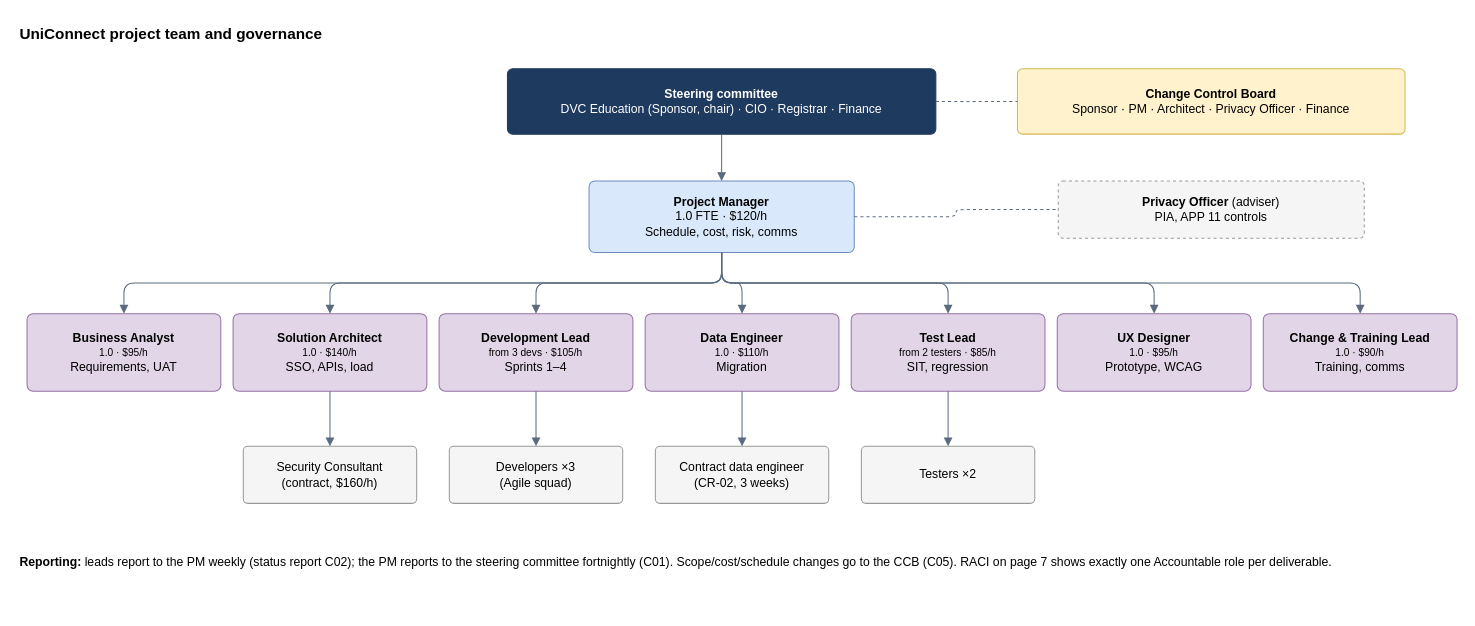
This is downloads/diagrams/D03_team_structure.drawio from alvi00/bisy2004-a2-groupXX, a draw.io file, before an edit. Source tidied: cells renumbered, new cells numbered last; positions are measured from the earlier drawing's top-left corner, leaving out a move shared by most shapes. Both pictures are drawn from the tidied source at 102%, with x=0, y=0 at pixel (17, 17).
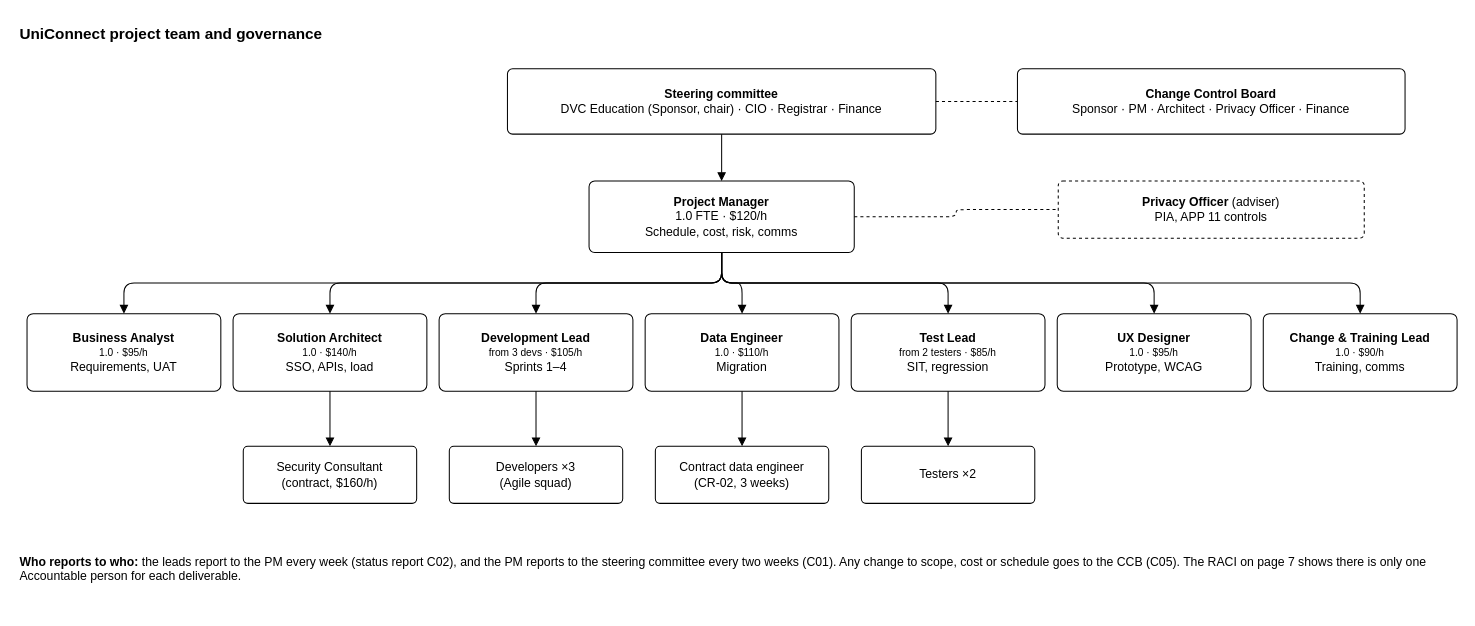
Above is the later version.

Change to the diagram source:
```diff
@@
-    <mxCell id="2" value="&lt;b&gt;UniConnect project team and governance&lt;/b&gt;" style="rounded=1;whiteSpace=wrap;html=1;arcSize=8;fontFamily=Helvetica;fontSize=12;text;strokeColor=none;fillColor=none;align=left;verticalAlign=top;fontSize=15;" parent="1" vertex="1">
+    <mxCell id="2" value="&lt;b&gt;UniConnect project team and governance&lt;/b&gt;" style="rounded=1;whiteSpace=wrap;html=1;arcSize=8;fontFamily=Helvetica;fontSize=12;fontColor=#000000;strokeColor=#000000;text;strokeColor=none;fillColor=none;align=left;verticalAlign=top;fontSize=15;" parent="1" vertex="1">
       <mxGeometry width="800" height="30" as="geometry" />
     </mxCell>
-    <mxCell id="3" value="&lt;b&gt;Steering committee&lt;/b&gt;&lt;br&gt;DVC Education (Sponsor, chair) · CIO · Registrar · Finance" style="rounded=1;whiteSpace=wrap;html=1;arcSize=8;fontFamily=Helvetica;fontSize=12;fillColor=#1F3A5F;strokeColor=#1F3A5F;fontColor=#FFFFFF;" parent="1" vertex="1">
+    <mxCell id="3" value="&lt;b&gt;Steering committee&lt;/b&gt;&lt;br&gt;DVC Education (Sponsor, chair) · CIO · Registrar · Finance" style="rounded=1;whiteSpace=wrap;html=1;arcSize=8;fontFamily=Helvetica;fontSize=12;fontColor=#000000;strokeColor=#000000;fillColor=#FFFFFF;strokeColor=#000000;fontColor=#000000;" parent="1" vertex="1">
       <mxGeometry x="480" y="50" width="420" height="64" as="geometry" />
     </mxCell>
-    <mxCell id="4" value="&lt;b&gt;Change Control Board&lt;/b&gt;&lt;br&gt;Sponsor · PM · Architect · Privacy Officer · Finance" style="rounded=1;whiteSpace=wrap;html=1;arcSize=8;fontFamily=Helvetica;fontSize=12;fillColor=#FFF2CC;strokeColor=#D6B656;" parent="1" vertex="1">
+    <mxCell id="4" value="&lt;b&gt;Change Control Board&lt;/b&gt;&lt;br&gt;Sponsor · PM · Architect · Privacy Officer · Finance" style="rounded=1;whiteSpace=wrap;html=1;arcSize=8;fontFamily=Helvetica;fontSize=12;fontColor=#000000;strokeColor=#000000;fillColor=#FFFFFF;strokeColor=#000000;" parent="1" vertex="1">
       <mxGeometry x="980" y="50" width="380" height="64" as="geometry" />
     </mxCell>
-    <mxCell id="5" style="edgeStyle=orthogonalEdgeStyle;rounded=1;html=1;endArrow=block;endFill=1;strokeColor=#5B6B7F;fontSize=11;dashed=1;endArrow=none;" parent="1" edge="1" source="3" target="4">
+    <mxCell id="5" style="edgeStyle=orthogonalEdgeStyle;rounded=1;html=1;endArrow=block;endFill=1;strokeColor=#000000;fontSize=11;fontColor=#000000;dashed=1;endArrow=none;" parent="1" edge="1" source="3" target="4">
       <mxGeometry relative="1" as="geometry" />
     </mxCell>
-    <mxCell id="6" value="&lt;b&gt;Project Manager&lt;/b&gt;&lt;br&gt;1.0 FTE · $120/h&lt;br&gt;Schedule, cost, risk, comms" style="rounded=1;whiteSpace=wrap;html=1;arcSize=8;fontFamily=Helvetica;fontSize=12;fillColor=#DAE8FC;strokeColor=#6C8EBF;" parent="1" vertex="1">
+    <mxCell id="6" value="&lt;b&gt;Project Manager&lt;/b&gt;&lt;br&gt;1.0 FTE · $120/h&lt;br&gt;Schedule, cost, risk, comms" style="rounded=1;whiteSpace=wrap;html=1;arcSize=8;fontFamily=Helvetica;fontSize=12;fontColor=#000000;strokeColor=#000000;fillColor=#FFFFFF;strokeColor=#000000;" parent="1" vertex="1">
       <mxGeometry x="560" y="160" width="260" height="70" as="geometry" />
     </mxCell>
-    <mxCell id="7" style="edgeStyle=orthogonalEdgeStyle;rounded=1;html=1;endArrow=block;endFill=1;strokeColor=#5B6B7F;fontSize=11;" parent="1" edge="1" source="3" target="6">
+    <mxCell id="7" style="edgeStyle=orthogonalEdgeStyle;rounded=1;html=1;endArrow=block;endFill=1;strokeColor=#000000;fontSize=11;fontColor=#000000;" parent="1" edge="1" source="3" target="6">
       <mxGeometry relative="1" as="geometry" />
     </mxCell>
-    <mxCell id="8" value="&lt;b&gt;Privacy Officer&lt;/b&gt; (adviser)&lt;br&gt;PIA, APP 11 controls" style="rounded=1;whiteSpace=wrap;html=1;arcSize=8;fontFamily=Helvetica;fontSize=12;fillColor=#F5F5F5;strokeColor=#999999;dashed=1;" parent="1" vertex="1">
+    <mxCell id="8" value="&lt;b&gt;Privacy Officer&lt;/b&gt; (adviser)&lt;br&gt;PIA, APP 11 controls" style="rounded=1;whiteSpace=wrap;html=1;arcSize=8;fontFamily=Helvetica;fontSize=12;fontColor=#000000;strokeColor=#000000;fillColor=#FFFFFF;strokeColor=#000000;dashed=1;" parent="1" vertex="1">
       <mxGeometry x="1020" y="160" width="300" height="56" as="geometry" />
     </mxCell>
-    <mxCell id="9" style="edgeStyle=orthogonalEdgeStyle;rounded=1;html=1;endArrow=block;endFill=1;strokeColor=#5B6B7F;fontSize=11;dashed=1;endArrow=none;" parent="1" edge="1" source="6" target="8">
+    <mxCell id="9" style="edgeStyle=orthogonalEdgeStyle;rounded=1;html=1;endArrow=block;endFill=1;strokeColor=#000000;fontSize=11;fontColor=#000000;dashed=1;endArrow=none;" parent="1" edge="1" source="6" target="8">
       <mxGeometry relative="1" as="geometry" />
     </mxCell>
-    <mxCell id="10" value="&lt;b&gt;Business Analyst&lt;/b&gt;&lt;br&gt;&lt;font style='font-size:10px'&gt;1.0 · $95/h&lt;/font&gt;&lt;br&gt;Requirements, UAT" style="rounded=1;whiteSpace=wrap;html=1;arcSize=8;fontFamily=Helvetica;fontSize=12;fillColor=#E1D5E7;strokeColor=#9673A6;" parent="1" vertex="1">
+    <mxCell id="10" value="&lt;b&gt;Business Analyst&lt;/b&gt;&lt;br&gt;&lt;font style='font-size:10px'&gt;1.0 · $95/h&lt;/font&gt;&lt;br&gt;Requirements, UAT" style="rounded=1;whiteSpace=wrap;html=1;arcSize=8;fontFamily=Helvetica;fontSize=12;fontColor=#000000;strokeColor=#000000;fillColor=#FFFFFF;strokeColor=#000000;" parent="1" vertex="1">
       <mxGeometry x="9" y="290" width="190" height="76" as="geometry" />
     </mxCell>
-    <mxCell id="11" style="edgeStyle=orthogonalEdgeStyle;rounded=1;html=1;endArrow=block;endFill=1;strokeColor=#5B6B7F;fontSize=11;exitX=0.5;exitY=1;entryX=0.5;entryY=0;" parent="1" edge="1" source="6" target="10">
+    <mxCell id="11" style="edgeStyle=orthogonalEdgeStyle;rounded=1;html=1;endArrow=block;endFill=1;strokeColor=#000000;fontSize=11;fontColor=#000000;exitX=0.5;exitY=1;entryX=0.5;entryY=0;" parent="1" edge="1" source="6" target="10">
       <mxGeometry relative="1" as="geometry" />
     </mxCell>
-    <mxCell id="12" value="&lt;b&gt;Solution Architect&lt;/b&gt;&lt;br&gt;&lt;font style='font-size:10px'&gt;1.0 · $140/h&lt;/font&gt;&lt;br&gt;SSO, APIs, load" style="rounded=1;whiteSpace=wrap;html=1;arcSize=8;fontFamily=Helvetica;fontSize=12;fillColor=#E1D5E7;strokeColor=#9673A6;" parent="1" vertex="1">
+    <mxCell id="12" value="&lt;b&gt;Solution Architect&lt;/b&gt;&lt;br&gt;&lt;font style='font-size:10px'&gt;1.0 · $140/h&lt;/font&gt;&lt;br&gt;SSO, APIs, load" style="rounded=1;whiteSpace=wrap;html=1;arcSize=8;fontFamily=Helvetica;fontSize=12;fontColor=#000000;strokeColor=#000000;fillColor=#FFFFFF;strokeColor=#000000;" parent="1" vertex="1">
       <mxGeometry x="211" y="290" width="190" height="76" as="geometry" />
     </mxCell>
-    <mxCell id="13" style="edgeStyle=orthogonalEdgeStyle;rounded=1;html=1;endArrow=block;endFill=1;strokeColor=#5B6B7F;fontSize=11;exitX=0.5;exitY=1;entryX=0.5;entryY=0;" parent="1" edge="1" source="6" target="12">
+    <mxCell id="13" style="edgeStyle=orthogonalEdgeStyle;rounded=1;html=1;endArrow=block;endFill=1;strokeColor=#000000;fontSize=11;fontColor=#000000;exitX=0.5;exitY=1;entryX=0.5;entryY=0;" parent="1" edge="1" source="6" target="12">
       <mxGeometry relative="1" as="geometry" />
     </mxCell>
-    <mxCell id="14" value="&lt;b&gt;Development Lead&lt;/b&gt;&lt;br&gt;&lt;font style='font-size:10px'&gt;from 3 devs · $105/h&lt;/font&gt;&lt;br&gt;Sprints 1–4" style="rounded=1;whiteSpace=wrap;html=1;arcSize=8;fontFamily=Helvetica;fontSize=12;fillColor=#E1D5E7;strokeColor=#9673A6;" parent="1" vertex="1">
+    <mxCell id="14" value="&lt;b&gt;Development Lead&lt;/b&gt;&lt;br&gt;&lt;font style='font-size:10px'&gt;from 3 devs · $105/h&lt;/font&gt;&lt;br&gt;Sprints 1–4" style="rounded=1;whiteSpace=wrap;html=1;arcSize=8;fontFamily=Helvetica;fontSize=12;fontColor=#000000;strokeColor=#000000;fillColor=#FFFFFF;strokeColor=#000000;" parent="1" vertex="1">
       <mxGeometry x="413" y="290" width="190" height="76" as="geometry" />
     </mxCell>
-    <mxCell id="15" style="edgeStyle=orthogonalEdgeStyle;rounded=1;html=1;endArrow=block;endFill=1;strokeColor=#5B6B7F;fontSize=11;exitX=0.5;exitY=1;entryX=0.5;entryY=0;" parent="1" edge="1" source="6" target="14">
+    <mxCell id="15" style="edgeStyle=orthogonalEdgeStyle;rounded=1;html=1;endArrow=block;endFill=1;strokeColor=#000000;fontSize=11;fontColor=#000000;exitX=0.5;exitY=1;entryX=0.5;entryY=0;" parent="1" edge="1" source="6" target="14">
       <mxGeometry relative="1" as="geometry" />
     </mxCell>
-    <mxCell id="16" value="&lt;b&gt;Data Engineer&lt;/b&gt;&lt;br&gt;&lt;font style='font-size:10px'&gt;1.0 · $110/h&lt;/font&gt;&lt;br&gt;Migration" style="rounded=1;whiteSpace=wrap;html=1;arcSize=8;fontFamily=Helvetica;fontSize=12;fillColor=#E1D5E7;strokeColor=#9673A6;" parent="1" vertex="1">
+    <mxCell id="16" value="&lt;b&gt;Data Engineer&lt;/b&gt;&lt;br&gt;&lt;font style='font-size:10px'&gt;1.0 · $110/h&lt;/font&gt;&lt;br&gt;Migration" style="rounded=1;whiteSpace=wrap;html=1;arcSize=8;fontFamily=Helvetica;fontSize=12;fontColor=#000000;strokeColor=#000000;fillColor=#FFFFFF;strokeColor=#000000;" parent="1" vertex="1">
       <mxGeometry x="615" y="290" width="190" height="76" as="geometry" />
     </mxCell>
-    <mxCell id="17" style="edgeStyle=orthogonalEdgeStyle;rounded=1;html=1;endArrow=block;endFill=1;strokeColor=#5B6B7F;fontSize=11;exitX=0.5;exitY=1;entryX=0.5;entryY=0;" parent="1" edge="1" source="6" target="16">
+    <mxCell id="17" style="edgeStyle=orthogonalEdgeStyle;rounded=1;html=1;endArrow=block;endFill=1;strokeColor=#000000;fontSize=11;fontColor=#000000;exitX=0.5;exitY=1;entryX=0.5;entryY=0;" parent="1" edge="1" source="6" target="16">
       <mxGeometry relative="1" as="geometry" />
     </mxCell>
-    <mxCell id="18" value="&lt;b&gt;Test Lead&lt;/b&gt;&lt;br&gt;&lt;font style='font-size:10px'&gt;from 2 testers · $85/h&lt;/font&gt;&lt;br&gt;SIT, regression" style="rounded=1;whiteSpace=wrap;html=1;arcSize=8;fontFamily=Helvetica;fontSize=12;fillColor=#E1D5E7;strokeColor=#9673A6;" parent="1" vertex="1">
+    <mxCell id="18" value="&lt;b&gt;Test Lead&lt;/b&gt;&lt;br&gt;&lt;font style='font-size:10px'&gt;from 2 testers · $85/h&lt;/font&gt;&lt;br&gt;SIT, regression" style="rounded=1;whiteSpace=wrap;html=1;arcSize=8;fontFamily=Helvetica;fontSize=12;fontColor=#000000;strokeColor=#000000;fillColor=#FFFFFF;strokeColor=#000000;" parent="1" vertex="1">
       <mxGeometry x="817" y="290" width="190" height="76" as="geometry" />
     </mxCell>
-    <mxCell id="19" style="edgeStyle=orthogonalEdgeStyle;rounded=1;html=1;endArrow=block;endFill=1;strokeColor=#5B6B7F;fontSize=11;exitX=0.5;exitY=1;entryX=0.5;entryY=0;" parent="1" edge="1" source="6" target="18">
+    <mxCell id="19" style="edgeStyle=orthogonalEdgeStyle;rounded=1;html=1;endArrow=block;endFill=1;strokeColor=#000000;fontSize=11;fontColor=#000000;exitX=0.5;exitY=1;entryX=0.5;entryY=0;" parent="1" edge="1" source="6" target="18">
       <mxGeometry relative="1" as="geometry" />
     </mxCell>
-    <mxCell id="20" value="&lt;b&gt;UX Designer&lt;/b&gt;&lt;br&gt;&lt;font style='font-size:10px'&gt;1.0 · $95/h&lt;/font&gt;&lt;br&gt;Prototype, WCAG" style="rounded=1;whiteSpace=wrap;html=1;arcSize=8;fontFamily=Helvetica;fontSize=12;fillColor=#E1D5E7;strokeColor=#9673A6;" parent="1" vertex="1">
+    <mxCell id="20" value="&lt;b&gt;UX Designer&lt;/b&gt;&lt;br&gt;&lt;font style='font-size:10px'&gt;1.0 · $95/h&lt;/font&gt;&lt;br&gt;Prototype, WCAG" style="rounded=1;whiteSpace=wrap;html=1;arcSize=8;fontFamily=Helvetica;fontSize=12;fontColor=#000000;strokeColor=#000000;fillColor=#FFFFFF;strokeColor=#000000;" parent="1" vertex="1">
       <mxGeometry x="1019" y="290" width="190" height="76" as="geometry" />
     </mxCell>
-    <mxCell id="21" style="edgeStyle=orthogonalEdgeStyle;rounded=1;html=1;endArrow=block;endFill=1;strokeColor=#5B6B7F;fontSize=11;exitX=0.5;exitY=1;entryX=0.5;entryY=0;" parent="1" edge="1" source="6" target="20">
+    <mxCell id="21" style="edgeStyle=orthogonalEdgeStyle;rounded=1;html=1;endArrow=block;endFill=1;strokeColor=#000000;fontSize=11;fontColor=#000000;exitX=0.5;exitY=1;entryX=0.5;entryY=0;" parent="1" edge="1" source="6" target="20">
       <mxGeometry relative="1" as="geometry" />
     </mxCell>
-    <mxCell id="22" value="&lt;b&gt;Change &amp; Training Lead&lt;/b&gt;&lt;br&gt;&lt;font style='font-size:10px'&gt;1.0 · $90/h&lt;/font&gt;&lt;br&gt;Training, comms" style="rounded=1;whiteSpace=wrap;html=1;arcSize=8;fontFamily=Helvetica;fontSize=12;fillColor=#E1D5E7;strokeColor=#9673A6;" parent="1" vertex="1">
+    <mxCell id="22" value="&lt;b&gt;Change &amp; Training Lead&lt;/b&gt;&lt;br&gt;&lt;font style='font-size:10px'&gt;1.0 · $90/h&lt;/font&gt;&lt;br&gt;Training, comms" style="rounded=1;whiteSpace=wrap;html=1;arcSize=8;fontFamily=Helvetica;fontSize=12;fontColor=#000000;strokeColor=#000000;fillColor=#FFFFFF;strokeColor=#000000;" parent="1" vertex="1">
       <mxGeometry x="1221" y="290" width="190" height="76" as="geometry" />
     </mxCell>
-    <mxCell id="23" style="edgeStyle=orthogonalEdgeStyle;rounded=1;html=1;endArrow=block;endFill=1;strokeColor=#5B6B7F;fontSize=11;exitX=0.5;exitY=1;entryX=0.5;entryY=0;" parent="1" edge="1" source="6" target="22">
+    <mxCell id="23" style="edgeStyle=orthogonalEdgeStyle;rounded=1;html=1;endArrow=block;endFill=1;strokeColor=#000000;fontSize=11;fontColor=#000000;exitX=0.5;exitY=1;entryX=0.5;entryY=0;" parent="1" edge="1" source="6" target="22">
       <mxGeometry relative="1" as="geometry" />
     </mxCell>
-    <mxCell id="24" value="Developers ×3&lt;br&gt;(Agile squad)" style="rounded=1;whiteSpace=wrap;html=1;arcSize=8;fontFamily=Helvetica;fontSize=12;fillColor=#F5F5F5;strokeColor=#999999;" parent="1" vertex="1">
+    <mxCell id="24" value="Developers ×3&lt;br&gt;(Agile squad)" style="rounded=1;whiteSpace=wrap;html=1;arcSize=8;fontFamily=Helvetica;fontSize=12;fontColor=#000000;strokeColor=#000000;fillColor=#FFFFFF;strokeColor=#000000;" parent="1" vertex="1">
       <mxGeometry x="423" y="420" width="170" height="56" as="geometry" />
     </mxCell>
-    <mxCell id="25" style="edgeStyle=orthogonalEdgeStyle;rounded=1;html=1;endArrow=block;endFill=1;strokeColor=#5B6B7F;fontSize=11;" parent="1" edge="1" source="14" target="24">
+    <mxCell id="25" style="edgeStyle=orthogonalEdgeStyle;rounded=1;html=1;endArrow=block;endFill=1;strokeColor=#000000;fontSize=11;fontColor=#000000;" parent="1" edge="1" source="14" target="24">
       <mxGeometry relative="1" as="geometry" />
     </mxCell>
-    <mxCell id="26" value="Testers ×2" style="rounded=1;whiteSpace=wrap;html=1;arcSize=8;fontFamily=Helvetica;fontSize=12;fillColor=#F5F5F5;strokeColor=#999999;" parent="1" vertex="1">
+    <mxCell id="26" value="Testers ×2" style="rounded=1;whiteSpace=wrap;html=1;arcSize=8;fontFamily=Helvetica;fontSize=12;fontColor=#000000;strokeColor=#000000;fillColor=#FFFFFF;strokeColor=#000000;" parent="1" vertex="1">
       <mxGeometry x="827" y="420" width="170" height="56" as="geometry" />
     </mxCell>
-    <mxCell id="27" style="edgeStyle=orthogonalEdgeStyle;rounded=1;html=1;endArrow=block;endFill=1;strokeColor=#5B6B7F;fontSize=11;" parent="1" edge="1" source="18" target="26">
+    <mxCell id="27" style="edgeStyle=orthogonalEdgeStyle;rounded=1;html=1;endArrow=block;endFill=1;strokeColor=#000000;fontSize=11;fontColor=#000000;" parent="1" edge="1" source="18" target="26">
       <mxGeometry relative="1" as="geometry" />
     </mxCell>
-    <mxCell id="28" value="Security Consultant&lt;br&gt;(contract, $160/h)" style="rounded=1;whiteSpace=wrap;html=1;arcSize=8;fontFamily=Helvetica;fontSize=12;fillColor=#F5F5F5;strokeColor=#999999;" parent="1" vertex="1">
+    <mxCell id="28" value="Security Consultant&lt;br&gt;(contract, $160/h)" style="rounded=1;whiteSpace=wrap;html=1;arcSize=8;fontFamily=Helvetica;fontSize=12;fontColor=#000000;strokeColor=#000000;fillColor=#FFFFFF;strokeColor=#000000;" parent="1" vertex="1">
       <mxGeometry x="221" y="420" width="170" height="56" as="geometry" />
     </mxCell>
-    <mxCell id="29" style="edgeStyle=orthogonalEdgeStyle;rounded=1;html=1;endArrow=block;endFill=1;strokeColor=#5B6B7F;fontSize=11;" parent="1" edge="1" source="12" target="28">
+    <mxCell id="29" style="edgeStyle=orthogonalEdgeStyle;rounded=1;html=1;endArrow=block;endFill=1;strokeColor=#000000;fontSize=11;fontColor=#000000;" parent="1" edge="1" source="12" target="28">
       <mxGeometry relative="1" as="geometry" />
     </mxCell>
-    <mxCell id="30" value="Contract data engineer&lt;br&gt;(CR-02, 3 weeks)" style="rounded=1;whiteSpace=wrap;html=1;arcSize=8;fontFamily=Helvetica;fontSize=12;fillColor=#F5F5F5;strokeColor=#999999;" parent="1" vertex="1">
+    <mxCell id="30" value="Contract data engineer&lt;br&gt;(CR-02, 3 weeks)" style="rounded=1;whiteSpace=wrap;html=1;arcSize=8;fontFamily=Helvetica;fontSize=12;fontColor=#000000;strokeColor=#000000;fillColor=#FFFFFF;strokeColor=#000000;" parent="1" vertex="1">
       <mxGeometry x="625" y="420" width="170" height="56" as="geometry" />
     </mxCell>
-    <mxCell id="31" style="edgeStyle=orthogonalEdgeStyle;rounded=1;html=1;endArrow=block;endFill=1;strokeColor=#5B6B7F;fontSize=11;" parent="1" edge="1" source="16" target="30">
+    <mxCell id="31" style="edgeStyle=orthogonalEdgeStyle;rounded=1;html=1;endArrow=block;endFill=1;strokeColor=#000000;fontSize=11;fontColor=#000000;" parent="1" edge="1" source="16" target="30">
       <mxGeometry relative="1" as="geometry" />
     </mxCell>
-    <mxCell id="32" value="&lt;b&gt;Reporting:&lt;/b&gt; leads report to the PM weekly (status report C02); the PM reports to the steering committee fortnightly (C01). Scope/cost/schedule changes go to the CCB (C05). RACI on page 7 shows exactly one Accountable role per deliverable." style="rounded=1;whiteSpace=wrap;html=1;arcSize=8;fontFamily=Helvetica;fontSize=12;text;strokeColor=none;fillColor=none;align=left;verticalAlign=top;fontSize=12;whiteSpace=wrap;" parent="1" vertex="1">
+    <mxCell id="32" value="&lt;b&gt;Who reports to who:&lt;/b&gt; the leads report to the PM every week (status report C02), and the PM reports to the steering committee every two weeks (C01). Any change to scope, cost or schedule goes to the CCB (C05). The RACI on page 7 shows there is only one Accountable person for each deliverable." style="rounded=1;whiteSpace=wrap;html=1;arcSize=8;fontFamily=Helvetica;fontSize=12;fontColor=#000000;strokeColor=#000000;text;strokeColor=none;fillColor=none;align=left;verticalAlign=top;fontSize=12;whiteSpace=wrap;" parent="1" vertex="1">
       <mxGeometry y="520" width="1400" height="60" as="geometry" />
     </mxCell>
```
